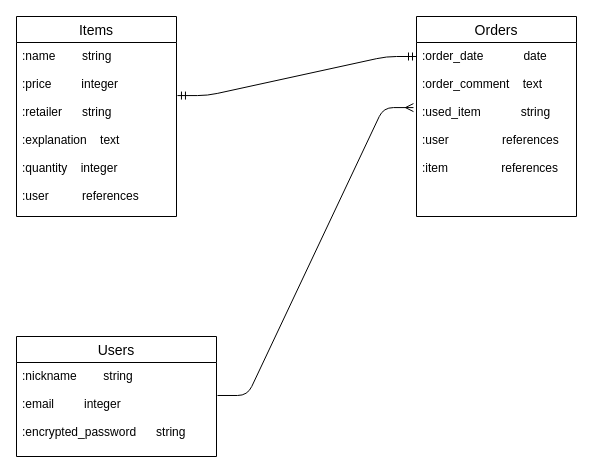
Before: nanaeatsER.dio in takonushi/nanaeats, a draw.io diagram. Source tidied: cells renumbered, new cells numbered last; positions are measured from the earlier drawing's top-left corner, leaving out a move shared by most shapes. Both pictures are drawn from the tidied source at 100%, with x=0, y=0 at pixel (16, 16).
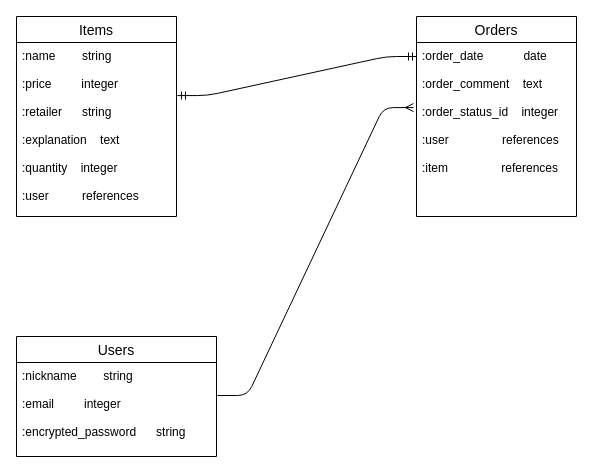
After the change.

Commit message (it also covers changes not shown here):
Formオブジェクト(item_order)の作成・実装

Change to the diagram source:
```diff
@@
 <mxGraphModel>
   <root>
     <mxCell id="0" />
     <mxCell id="1" parent="0" />
     <mxCell id="2" value="Items" style="swimlane;fontStyle=0;horizontal=1;startSize=26;align=center;fontSize=14;" parent="1" vertex="1">
       <mxGeometry width="160" height="200" as="geometry" />
     </mxCell>
     <mxCell id="3" value=":name        string&#10;&#10;:price         integer&#10;&#10;:retailer      string&#10;&#10;:explanation    text&#10;&#10;:quantity    integer&#10;&#10;:user          references" style="text;strokeColor=none;fillColor=none;spacingLeft=4;spacingRight=4;overflow=hidden;points=[[0,0.5],[1,0.5]];portConstraint=eastwest;fontSize=12;" parent="2" vertex="1">
       <mxGeometry y="26" width="160" height="174" as="geometry" />
     </mxCell>
     <mxCell id="4" value="Users" style="swimlane;fontStyle=0;horizontal=1;startSize=26;align=center;fontSize=14;" parent="1" vertex="1">
       <mxGeometry y="320" width="200" height="120" as="geometry" />
     </mxCell>
     <mxCell id="5" value=":nickname        string&#10;&#10;:email         integer&#10;&#10;:encrypted_password      string&#10;" style="text;strokeColor=none;fillColor=none;spacingLeft=4;spacingRight=4;overflow=hidden;points=[[0,0.5],[1,0.5]];portConstraint=eastwest;fontSize=12;" parent="4" vertex="1">
       <mxGeometry y="26" width="200" height="94" as="geometry" />
     </mxCell>
     <mxCell id="6" value="Orders" style="swimlane;fontStyle=0;horizontal=1;startSize=26;align=center;fontSize=14;" parent="1" vertex="1">
       <mxGeometry x="400" width="160" height="200" as="geometry" />
     </mxCell>
-    <mxCell id="7" value=":order_date            date&#10;&#10;:order_comment    text&#10;&#10;:used_item            string&#10;&#10;:user                references&#10;&#10;:item                references&#10;" style="text;strokeColor=none;fillColor=none;spacingLeft=4;spacingRight=4;overflow=hidden;points=[[0,0.5],[1,0.5]];portConstraint=eastwest;fontSize=12;" parent="6" vertex="1">
+    <mxCell id="7" value=":order_date            date&#10;&#10;:order_comment    text&#10;&#10;:order_status_id    integer&#10;&#10;:user                references&#10;&#10;:item                references&#10;" style="text;strokeColor=none;fillColor=none;spacingLeft=4;spacingRight=4;overflow=hidden;points=[[0,0.5],[1,0.5]];portConstraint=eastwest;fontSize=12;" parent="6" vertex="1">
       <mxGeometry y="26" width="160" height="174" as="geometry" />
     </mxCell>
     <mxCell id="8" style="edgeStyle=entityRelationEdgeStyle;fontSize=12;html=1;endArrow=ERmany;exitX=1.005;exitY=0.351;exitDx=0;exitDy=0;exitPerimeter=0;entryX=-0.019;entryY=0.374;entryDx=0;entryDy=0;entryPerimeter=0;" parent="1" edge="1" source="5" target="7">
       <mxGeometry relative="1" as="geometry" />
     </mxCell>
     <mxCell id="9" style="edgeStyle=entityRelationEdgeStyle;fontSize=12;html=1;endArrow=ERmandOne;startArrow=ERmandOne;exitX=1.006;exitY=0.305;exitDx=0;exitDy=0;exitPerimeter=0;" parent="1" edge="1" source="3">
       <mxGeometry relative="1" as="geometry">
         <mxPoint x="400" y="40" as="targetPoint" />
       </mxGeometry>
     </mxCell>
   </root>
 </mxGraphModel>
```
